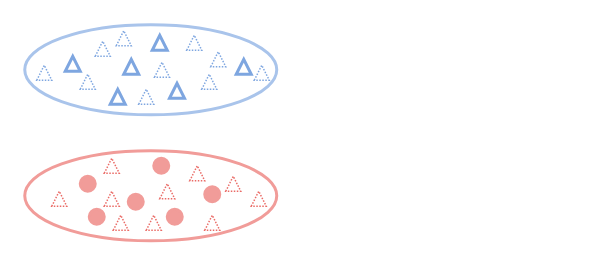
Before: principle.drawio in pemywei/basic-encoder-decoder, a draw.io diagram. Source tidied: cells renumbered, new cells numbered last; positions are measured from the earlier drawing's top-left corner, leaving out a move shared by most shapes. Both pictures are drawn from the tidied source at 150%, with x=0, y=0 at pixel (24, 24).
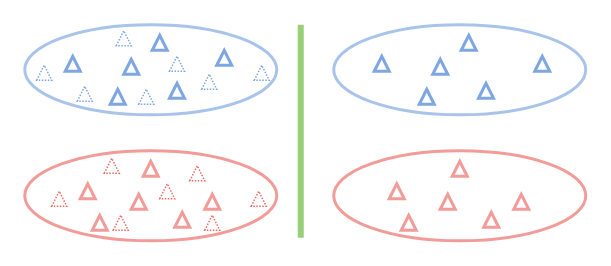
The same diagram, later.

Change to the diagram source:
```diff
@@
-    <mxCell id="4" style="ellipse;whiteSpace=wrap;html=1;strokeColor=#F19C99;strokeWidth=2;fillColor=#F19C99;" parent="1" vertex="1">
-      <mxGeometry x="37" y="101" width="10" height="10" as="geometry" />
-    </mxCell>
-    <mxCell id="5" style="ellipse;whiteSpace=wrap;html=1;strokeColor=#F19C99;strokeWidth=2;fillColor=#F19C99;" parent="1" vertex="1">
-      <mxGeometry x="86" y="89" width="10" height="10" as="geometry" />
-    </mxCell>
-    <mxCell id="6" style="ellipse;whiteSpace=wrap;html=1;strokeColor=#F19C99;strokeWidth=2;fillColor=#F19C99;" parent="1" vertex="1">
-      <mxGeometry x="120" y="108" width="10" height="10" as="geometry" />
-    </mxCell>
-    <mxCell id="7" style="ellipse;whiteSpace=wrap;html=1;strokeColor=#F19C99;strokeWidth=2;fillColor=#F19C99;" parent="1" vertex="1">
-      <mxGeometry x="69" y="113" width="10" height="10" as="geometry" />
-    </mxCell>
-    <mxCell id="8" style="ellipse;whiteSpace=wrap;html=1;strokeColor=#F19C99;strokeWidth=2;fillColor=#F19C99;" parent="1" vertex="1">
-      <mxGeometry x="95" y="123" width="10" height="10" as="geometry" />
-    </mxCell>
-    <mxCell id="9" style="ellipse;whiteSpace=wrap;html=1;strokeColor=#F19C99;strokeWidth=2;fillColor=#F19C99;" parent="1" vertex="1">
-      <mxGeometry x="43" y="123" width="10" height="10" as="geometry" />
-    </mxCell>
     <mxCell id="10" style="triangle;whiteSpace=wrap;html=1;strokeColor=#7EA6E0;strokeWidth=1;fillColor=none;rotation=-90;dashed=1;dashPattern=1 1;" parent="1" vertex="1">
-      <mxGeometry x="108" y="7" width="10" height="10" as="geometry" />
+      <mxGeometry x="96.5" y="21" width="10" height="10" as="geometry" />
     </mxCell>
@@
-    <mxCell id="12" style="triangle;whiteSpace=wrap;html=1;strokeColor=#7EA6E0;strokeWidth=1;fillColor=none;rotation=-90;dashed=1;dashPattern=1 1;" parent="1" vertex="1">
-      <mxGeometry x="86.5" y="25" width="10" height="10" as="geometry" />
-    </mxCell>
@@
     <mxCell id="14" style="triangle;whiteSpace=wrap;html=1;strokeColor=#7EA6E0;strokeWidth=1;fillColor=none;rotation=-90;dashed=1;dashPattern=1 1;" parent="1" vertex="1">
-      <mxGeometry x="37" y="33" width="10" height="10" as="geometry" />
+      <mxGeometry x="35" y="41" width="10" height="10" as="geometry" />
     </mxCell>
-    <mxCell id="15" style="triangle;whiteSpace=wrap;html=1;strokeColor=#7EA6E0;strokeWidth=1;fillColor=none;rotation=-90;dashed=1;dashPattern=1 1;" parent="1" vertex="1">
-      <mxGeometry x="47" y="11" width="10" height="10" as="geometry" />
-    </mxCell>
@@
-    <mxCell id="18" style="triangle;whiteSpace=wrap;html=1;strokeColor=#7EA6E0;strokeWidth=1;fillColor=none;rotation=-90;dashed=1;dashPattern=1 1;" parent="1" vertex="1">
-      <mxGeometry x="124" y="18" width="10" height="10" as="geometry" />
-    </mxCell>
@@
-    <mxCell id="21" style="triangle;whiteSpace=wrap;html=1;strokeColor=#EA6B66;strokeWidth=1;fillColor=none;rotation=-90;dashed=1;dashPattern=1 1;" parent="1" vertex="1">
-      <mxGeometry x="134" y="101" width="10" height="10" as="geometry" />
-    </mxCell>
@@
-    <mxCell id="25" style="triangle;whiteSpace=wrap;html=1;strokeColor=#EA6B66;strokeWidth=1;fillColor=none;rotation=-90;dashed=1;dashPattern=1 1;" parent="1" vertex="1">
-      <mxGeometry x="81" y="127" width="10" height="10" as="geometry" />
-    </mxCell>
@@
-    <mxCell id="29" style="triangle;whiteSpace=wrap;html=1;strokeColor=#EA6B66;strokeWidth=1;fillColor=none;rotation=-90;dashed=1;dashPattern=1 1;" parent="1" vertex="1">
-      <mxGeometry x="53" y="111" width="10" height="10" as="geometry" />
-    </mxCell>
@@
     <mxCell id="35" style="triangle;whiteSpace=wrap;html=1;strokeColor=#7EA6E0;strokeWidth=2;fillColor=none;rotation=-90;" parent="1" vertex="1">
-      <mxGeometry x="141" y="23" width="10" height="10" as="geometry" />
+      <mxGeometry x="128" y="17" width="10" height="10" as="geometry" />
     </mxCell>
+    <mxCell id="36" style="triangle;whiteSpace=wrap;html=1;strokeColor=#F19C99;strokeWidth=2;fillColor=none;rotation=-90;" parent="1" vertex="1">
+      <mxGeometry x="37" y="106" width="10" height="10" as="geometry" />
+    </mxCell>
+    <mxCell id="37" style="triangle;whiteSpace=wrap;html=1;strokeColor=#F19C99;strokeWidth=2;fillColor=none;rotation=-90;" parent="1" vertex="1">
+      <mxGeometry x="45" y="127" width="10" height="10" as="geometry" />
+    </mxCell>
+    <mxCell id="38" style="triangle;whiteSpace=wrap;html=1;strokeColor=#F19C99;strokeWidth=2;fillColor=none;rotation=-90;" parent="1" vertex="1">
+      <mxGeometry x="79" y="91" width="10" height="10" as="geometry" />
+    </mxCell>
+    <mxCell id="39" style="triangle;whiteSpace=wrap;html=1;strokeColor=#F19C99;strokeWidth=2;fillColor=none;rotation=-90;" parent="1" vertex="1">
+      <mxGeometry x="71" y="113" width="10" height="10" as="geometry" />
+    </mxCell>
+    <mxCell id="40" style="triangle;whiteSpace=wrap;html=1;strokeColor=#F19C99;strokeWidth=2;fillColor=none;rotation=-90;" parent="1" vertex="1">
+      <mxGeometry x="100" y="125" width="10" height="10" as="geometry" />
+    </mxCell>
+    <mxCell id="41" style="triangle;whiteSpace=wrap;html=1;strokeColor=#F19C99;strokeWidth=2;fillColor=none;rotation=-90;" parent="1" vertex="1">
+      <mxGeometry x="120" y="113" width="10" height="10" as="geometry" />
+    </mxCell>
+    <mxCell id="42" style="group;" parent="1" vertex="1">
+      <mxGeometry x="206" y="84" width="189" height="60" as="geometry" />
+    </mxCell>
+    <mxCell id="43" style="ellipse;whiteSpace=wrap;html=1;rotation=0;strokeColor=#F19C99;strokeWidth=2;" parent="42" vertex="1">
+      <mxGeometry width="168" height="60" as="geometry" />
+    </mxCell>
+    <mxCell id="44" style="triangle;whiteSpace=wrap;html=1;strokeColor=#F19C99;strokeWidth=2;fillColor=none;rotation=-90;" parent="42" vertex="1">
+      <mxGeometry x="37" y="22" width="10" height="10" as="geometry" />
+    </mxCell>
+    <mxCell id="45" style="triangle;whiteSpace=wrap;html=1;strokeColor=#F19C99;strokeWidth=2;fillColor=none;rotation=-90;" parent="42" vertex="1">
+      <mxGeometry x="45" y="43" width="10" height="10" as="geometry" />
+    </mxCell>
+    <mxCell id="46" style="triangle;whiteSpace=wrap;html=1;strokeColor=#F19C99;strokeWidth=2;fillColor=none;rotation=-90;" parent="42" vertex="1">
+      <mxGeometry x="79" y="7" width="10" height="10" as="geometry" />
+    </mxCell>
+    <mxCell id="47" style="triangle;whiteSpace=wrap;html=1;strokeColor=#F19C99;strokeWidth=2;fillColor=none;rotation=-90;" parent="42" vertex="1">
+      <mxGeometry x="71" y="29" width="10" height="10" as="geometry" />
+    </mxCell>
+    <mxCell id="48" style="triangle;whiteSpace=wrap;html=1;strokeColor=#F19C99;strokeWidth=2;fillColor=none;rotation=-90;" parent="42" vertex="1">
+      <mxGeometry x="100" y="41" width="10" height="10" as="geometry" />
+    </mxCell>
+    <mxCell id="49" style="triangle;whiteSpace=wrap;html=1;strokeColor=#F19C99;strokeWidth=2;fillColor=none;rotation=-90;" parent="42" vertex="1">
+      <mxGeometry x="120" y="29" width="10" height="10" as="geometry" />
+    </mxCell>
+    <mxCell id="50" style="group;opacity=70;" parent="1" vertex="1">
+      <mxGeometry x="206" width="168" height="60" as="geometry" />
+    </mxCell>
+    <mxCell id="51" style="ellipse;whiteSpace=wrap;html=1;rotation=0;strokeColor=#A9C4EB;strokeWidth=2;" parent="50" vertex="1">
+      <mxGeometry width="168" height="60" as="geometry" />
+    </mxCell>
+    <mxCell id="52" style="triangle;whiteSpace=wrap;html=1;strokeColor=#7EA6E0;strokeWidth=2;fillColor=none;rotation=-90;" parent="50" vertex="1">
+      <mxGeometry x="27" y="21" width="10" height="10" as="geometry" />
+    </mxCell>
+    <mxCell id="53" style="triangle;whiteSpace=wrap;html=1;strokeColor=#7EA6E0;strokeWidth=2;fillColor=none;rotation=-90;" parent="50" vertex="1">
+      <mxGeometry x="85" y="7" width="10" height="10" as="geometry" />
+    </mxCell>
+    <mxCell id="54" style="triangle;whiteSpace=wrap;html=1;strokeColor=#7EA6E0;strokeWidth=2;fillColor=none;rotation=-90;" parent="50" vertex="1">
+      <mxGeometry x="66" y="23" width="10" height="10" as="geometry" />
+    </mxCell>
+    <mxCell id="55" style="triangle;whiteSpace=wrap;html=1;strokeColor=#7EA6E0;strokeWidth=2;fillColor=none;rotation=-90;" parent="50" vertex="1">
+      <mxGeometry x="57" y="43" width="10" height="10" as="geometry" />
+    </mxCell>
+    <mxCell id="56" style="triangle;whiteSpace=wrap;html=1;strokeColor=#7EA6E0;strokeWidth=2;fillColor=none;rotation=-90;" parent="50" vertex="1">
+      <mxGeometry x="96.5" y="39" width="10" height="10" as="geometry" />
+    </mxCell>
+    <mxCell id="57" style="triangle;whiteSpace=wrap;html=1;strokeColor=#7EA6E0;strokeWidth=2;fillColor=none;rotation=-90;" parent="50" vertex="1">
+      <mxGeometry x="134" y="21" width="10" height="10" as="geometry" />
+    </mxCell>
+    <mxCell id="58" style="endArrow=none;html=1;rounded=0;strokeWidth=4;strokeColor=#97D077;" parent="1" edge="1">
+      <mxGeometry relative="1" as="geometry">
+        <mxPoint x="184" y="142" as="sourcePoint" />
+        <mxPoint x="184" as="targetPoint" />
+      </mxGeometry>
+    </mxCell>
```
